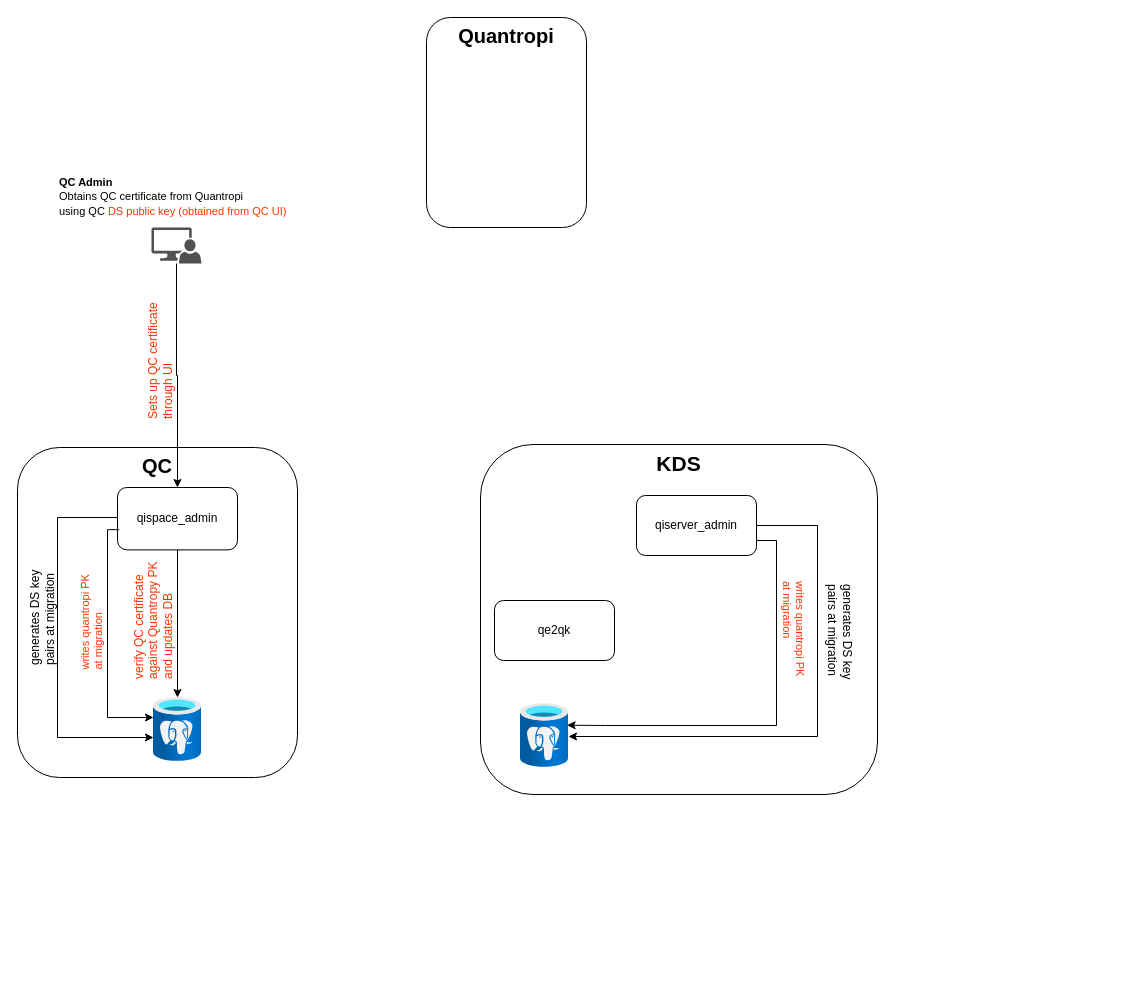
Earlier version of the draw.io diagram Untitled Diagram.drawio (quantropi-minh/certificate-mgmt). Source tidied: cells renumbered, new cells numbered last; positions are measured from the earlier drawing's top-left corner, leaving out a move shared by most shapes. Both pictures are drawn from the tidied source at 100%, with x=0, y=0 at pixel (-13, 17).
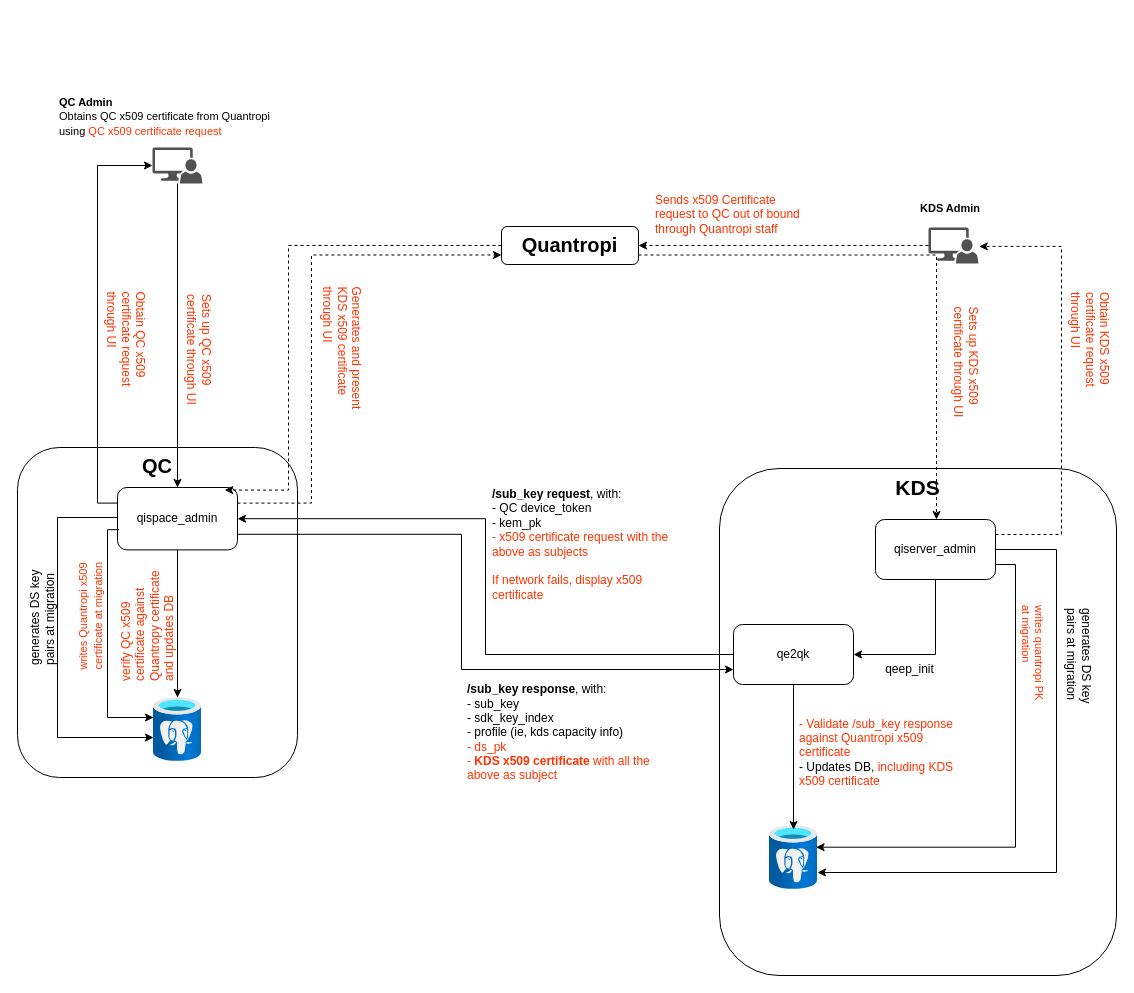
The same page after the edit.

Unchanged cells that the change refers to:
```xml
<mxCell id="2" style="group;" parent="1" vertex="1">
  <mxGeometry x="109" y="326" width="266" height="434" as="geometry" />
</mxCell>
<mxCell id="5" value="qispace_admin" style="rounded=1;whiteSpace=wrap;html=1;" parent="2" vertex="1">
  <mxGeometry x="21" y="144" width="120" height="62.4" as="geometry" />
</mxCell>
<mxCell id="14" value="qiserver_admin" style="rounded=1;whiteSpace=wrap;html=1;" parent="12" vertex="1">
  <mxGeometry x="156" y="51" width="120" height="60" as="geometry" />
</mxCell>
<mxCell id="16" value="qe2qk" style="rounded=1;whiteSpace=wrap;html=1;" parent="12" vertex="1">
  <mxGeometry x="14" y="156" width="120" height="60" as="geometry" />
</mxCell>
```

What changed in the source:
```diff
@@
-    <mxCell id="9" value="Sets up QC certificate through UI" style="text;html=1;align=left;verticalAlign=middle;whiteSpace=wrap;rounded=0;rotation=-90;fontColor=#FF3300;" parent="2" vertex="1">
-      <mxGeometry width="127" height="30" as="geometry" />
+    <mxCell id="9" value="Sets up QC x509 certificate through UI" style="text;html=1;align=left;verticalAlign=middle;whiteSpace=wrap;rounded=0;rotation=90;fontColor=#FF3300;" parent="2" vertex="1">
+      <mxGeometry x="40" y="-3" width="127" height="30" as="geometry" />
     </mxCell>
@@
-    <mxCell id="11" value="verify QC certificate against Quantropy PK and updates DB" style="text;html=1;align=left;verticalAlign=middle;whiteSpace=wrap;rounded=0;rotation=-90;fontColor=#FF3300;" parent="2" vertex="1">
-      <mxGeometry x="-7" y="252" width="127" height="46" as="geometry" />
+    <mxCell id="11" value="verify QC x509 certificate against Quantropy certificate and updates DB" style="text;html=1;align=left;verticalAlign=middle;whiteSpace=wrap;rounded=0;rotation=-90;fontColor=#FF3300;" parent="2" vertex="1">
+      <mxGeometry x="-13" y="254" width="127" height="46" as="geometry" />
     </mxCell>
     <mxCell id="12" style="group;" parent="1" vertex="1">
-      <mxGeometry x="493" y="427" width="397" height="430" as="geometry" />
+      <mxGeometry x="732" y="451" width="397" height="507" as="geometry" />
     </mxCell>
     <mxCell id="13" value="&lt;b&gt;&lt;font style=&quot;font-size: 21px;&quot;&gt;KDS&lt;/font&gt;&lt;/b&gt;" style="rounded=1;whiteSpace=wrap;html=1;align=center;verticalAlign=top;" parent="12" vertex="1">
-      <mxGeometry width="397" height="350" as="geometry" />
+      <mxGeometry width="397" height="507" as="geometry" />
     </mxCell>
+    <mxCell id="26" style="edgeStyle=orthogonalEdgeStyle;rounded=0;jettySize=auto;html=1;exitX=0.5;exitY=1;exitDx=0;exitDy=0;entryX=1;entryY=0.5;entryDx=0;entryDy=0;" parent="12" edge="1" source="14" target="16">
+      <mxGeometry relative="1" as="geometry" />
+    </mxCell>
@@
     <mxCell id="15" style="image;html=1;points=[];align=center;fontSize=12;image=img/lib/azure2/databases/Azure_Database_PostgreSQL_Server.svg;" parent="12" vertex="1">
-      <mxGeometry x="40" y="259" width="48" height="64" as="geometry" />
+      <mxGeometry x="50" y="357" width="48" height="64" as="geometry" />
     </mxCell>
@@
     <mxCell id="17" style="edgeStyle=orthogonalEdgeStyle;rounded=0;jettySize=auto;html=1;exitX=1;exitY=0.5;exitDx=0;exitDy=0;" parent="12" edge="1" source="14" target="15">
       <mxGeometry relative="1" as="geometry">
         <Array as="points">
           <mxPoint x="337" y="81" />
-          <mxPoint x="337" y="292" />
+          <mxPoint x="337" y="404" />
         </Array>
       </mxGeometry>
     </mxCell>
@@
     <mxCell id="19" style="edgeStyle=orthogonalEdgeStyle;rounded=0;jettySize=auto;html=1;exitX=1;exitY=0.75;exitDx=0;exitDy=0;entryX=0.971;entryY=0.339;entryDx=0;entryDy=0;entryPerimeter=0;" parent="12" edge="1" source="14" target="15">
       <mxGeometry relative="1" as="geometry">
         <Array as="points">
           <mxPoint x="296" y="96" />
-          <mxPoint x="296" y="281" />
-          <mxPoint x="125" y="281" />
+          <mxPoint x="296" y="379" />
         </Array>
       </mxGeometry>
     </mxCell>
@@
+    <mxCell id="27" value="qeep_init" style="text;html=1;align=center;verticalAlign=middle;whiteSpace=wrap;rounded=0;rotation=0;" parent="12" vertex="1">
+      <mxGeometry x="154" y="186" width="73" height="30" as="geometry" />
+    </mxCell>
+    <mxCell id="28" style="edgeStyle=orthogonalEdgeStyle;rounded=0;jettySize=auto;html=1;exitX=0.5;exitY=1;exitDx=0;exitDy=0;entryX=0.5;entryY=0.063;entryDx=0;entryDy=0;entryPerimeter=0;" parent="12" edge="1" source="16" target="15">
+      <mxGeometry relative="1" as="geometry" />
+    </mxCell>
+    <mxCell id="29" value="&lt;div&gt;&lt;font color=&quot;#ff3300&quot;&gt;&lt;span style=&quot;background-color: initial;&quot;&gt;- Validate /sub_key response against Quantropi x509 certificate&lt;/span&gt;&lt;br&gt;&lt;/font&gt;&lt;/div&gt;&lt;div&gt;&lt;span style=&quot;background-color: initial;&quot;&gt;- Updates DB, &lt;font color=&quot;#ff3300&quot;&gt;including KDS x509 certificate&lt;/font&gt;&lt;/span&gt;&lt;/div&gt;" style="text;html=1;align=left;verticalAlign=middle;whiteSpace=wrap;rounded=0;rotation=0;" parent="12" vertex="1">
+      <mxGeometry x="78" y="250" width="169" height="67" as="geometry" />
+    </mxCell>
     <mxCell id="21" value="&lt;b&gt;&lt;font style=&quot;font-size: 20px;&quot;&gt;Quantropi&lt;/font&gt;&lt;/b&gt;" style="rounded=1;whiteSpace=wrap;html=1;align=center;verticalAlign=top;" parent="1" vertex="1">
-      <mxGeometry x="439" width="160" height="210" as="geometry" />
+      <mxGeometry x="514" y="209" width="137" height="38" as="geometry" />
     </mxCell>
@@
-    <mxCell id="23" value="&lt;span style=&quot;font-size: 11px; text-wrap: nowrap; background-color: rgb(255, 255, 255);&quot;&gt;&lt;b&gt;QC Admin&lt;/b&gt;&lt;/span&gt;&lt;div style=&quot;&quot;&gt;&lt;span style=&quot;font-size: 11px; text-wrap: nowrap; background-color: rgb(255, 255, 255);&quot;&gt;Obtains QC certificate from Quantropi&lt;/span&gt;&lt;/div&gt;&lt;div style=&quot;&quot;&gt;&lt;span style=&quot;font-size: 11px; text-wrap: nowrap; background-color: rgb(255, 255, 255);&quot;&gt;using QC &lt;font color=&quot;#ff3300&quot;&gt;DS public key (obtained from QC UI)&lt;/font&gt;&lt;/span&gt;&lt;/div&gt;" style="text;html=1;align=left;verticalAlign=middle;whiteSpace=wrap;rounded=0;rotation=0;" parent="1" vertex="1">
-      <mxGeometry x="70" y="153" width="238" height="51" as="geometry" />
+    <mxCell id="23" value="&lt;span style=&quot;font-size: 11px; text-wrap: nowrap; background-color: rgb(255, 255, 255);&quot;&gt;&lt;b&gt;QC Admin&lt;/b&gt;&lt;/span&gt;&lt;div style=&quot;&quot;&gt;&lt;span style=&quot;font-size: 11px; text-wrap: nowrap; background-color: rgb(255, 255, 255);&quot;&gt;Obtains QC x509 certificate from Quantropi&lt;/span&gt;&lt;/div&gt;&lt;div style=&quot;&quot;&gt;&lt;span style=&quot;font-size: 11px; text-wrap: nowrap; background-color: rgb(255, 255, 255);&quot;&gt;using &lt;font color=&quot;#ff3300&quot;&gt;QC x509 certificate request&lt;/font&gt;&lt;/span&gt;&lt;/div&gt;" style="text;html=1;align=left;verticalAlign=middle;whiteSpace=wrap;rounded=0;rotation=0;" parent="1" vertex="1">
+      <mxGeometry x="70" y="73" width="221" height="51" as="geometry" />
     </mxCell>
     <mxCell id="24" style="sketch=0;shadow=0;dashed=0;html=1;strokeColor=none;labelPosition=center;verticalLabelPosition=bottom;verticalAlign=top;align=center;fillColor=#515151;shape=mxgraph.mscae.system_center.admin_console;" parent="1" vertex="1">
-      <mxGeometry x="164" y="210" width="50" height="36" as="geometry" />
+      <mxGeometry x="165" y="130" width="50" height="36" as="geometry" />
     </mxCell>
-    <mxCell id="25" value="&lt;span style=&quot;font-size: 11px; text-wrap: nowrap; background-color: rgb(255, 255, 255);&quot;&gt;writes quantropi PK&lt;/span&gt;&lt;div style=&quot;font-size: 11px; text-wrap: nowrap;&quot;&gt;at migration&lt;/div&gt;" style="text;html=1;align=left;verticalAlign=middle;whiteSpace=wrap;rounded=0;rotation=-90;fontColor=#FF3300;" parent="1" vertex="1">
-      <mxGeometry x="49.5" y="586" width="107" height="30" as="geometry" />
+    <mxCell id="25" value="&lt;span style=&quot;font-size: 11px; text-wrap: nowrap; background-color: rgb(255, 255, 255);&quot;&gt;writes Quantropi x509&amp;nbsp;&lt;/span&gt;&lt;div&gt;&lt;span style=&quot;font-size: 11px; text-wrap: nowrap; background-color: rgb(255, 255, 255);&quot;&gt;certificate at migration&lt;/span&gt;&lt;/div&gt;" style="text;html=1;align=left;verticalAlign=middle;whiteSpace=wrap;rounded=0;rotation=-90;fontColor=#FF3300;" parent="1" vertex="1">
+      <mxGeometry x="42.2" y="578.8" width="121.5" height="30" as="geometry" />
     </mxCell>
+    <mxCell id="30" style="edgeStyle=orthogonalEdgeStyle;rounded=0;jettySize=auto;html=1;exitX=0;exitY=0.5;exitDx=0;exitDy=0;entryX=1;entryY=0.5;entryDx=0;entryDy=0;" parent="1" edge="1" source="16" target="5">
+      <mxGeometry relative="1" as="geometry" />
+    </mxCell>
+    <mxCell id="31" value="&lt;b&gt;/sub_key request&lt;/b&gt;, with:&lt;div&gt;- QC device_token&lt;br&gt;&lt;div&gt;- kem_pk&lt;/div&gt;&lt;div&gt;&lt;font color=&quot;#ff3300&quot;&gt;- x509 certificate request with the above as subjects&lt;/font&gt;&lt;/div&gt;&lt;/div&gt;&lt;div&gt;&lt;font color=&quot;#ff3300&quot;&gt;&lt;br&gt;&lt;/font&gt;&lt;/div&gt;&lt;div&gt;&lt;font color=&quot;#ff3300&quot;&gt;If network fails, display x509 certificate&amp;nbsp;&lt;/font&gt;&lt;/div&gt;" style="text;html=1;align=left;verticalAlign=middle;whiteSpace=wrap;rounded=0;rotation=0;" parent="1" vertex="1">
+      <mxGeometry x="503" y="451" width="202" height="152" as="geometry" />
+    </mxCell>
+    <mxCell id="32" style="edgeStyle=orthogonalEdgeStyle;rounded=0;jettySize=auto;html=1;exitX=1;exitY=0.75;exitDx=0;exitDy=0;entryX=0;entryY=0.75;entryDx=0;entryDy=0;" parent="1" edge="1" source="5" target="16">
+      <mxGeometry relative="1" as="geometry">
+        <Array as="points">
+          <mxPoint x="474" y="517" />
+          <mxPoint x="474" y="652" />
+        </Array>
+      </mxGeometry>
+    </mxCell>
+    <mxCell id="33" value="&lt;b&gt;/sub_key response&lt;/b&gt;, with:&lt;br&gt;&lt;span style=&quot;background-color: initial;&quot;&gt;- sub_key&lt;/span&gt;&lt;br&gt;&lt;span style=&quot;background-color: initial;&quot;&gt;- sdk_key_index&lt;/span&gt;&lt;br&gt;&lt;span style=&quot;background-color: initial;&quot;&gt;-&amp;nbsp;profile (ie, kds capacity info)&lt;/span&gt;&lt;br&gt;&lt;div&gt;&lt;font color=&quot;#ff3300&quot;&gt;- ds_pk&lt;/font&gt;&lt;/div&gt;&lt;div&gt;&lt;font color=&quot;#ff3300&quot;&gt;- &lt;b&gt;KDS x509 certificate&lt;/b&gt; with all the above as subject&lt;/font&gt;&lt;/div&gt;" style="text;html=1;align=left;verticalAlign=middle;whiteSpace=wrap;rounded=0;rotation=0;" parent="1" vertex="1">
+      <mxGeometry x="478" y="661" width="193" height="108" as="geometry" />
+    </mxCell>
+    <mxCell id="34" style="edgeStyle=orthogonalEdgeStyle;rounded=0;jettySize=auto;html=1;exitX=0;exitY=0.25;exitDx=0;exitDy=0;entryX=0;entryY=0.5;entryDx=0;entryDy=0;entryPerimeter=0;" parent="1" edge="1" source="5" target="24">
+      <mxGeometry relative="1" as="geometry">
+        <Array as="points">
+          <mxPoint x="110" y="486" />
+          <mxPoint x="110" y="148" />
+        </Array>
+      </mxGeometry>
+    </mxCell>
+    <mxCell id="35" value="Obtain QC x509 certificate request through UI" style="text;html=1;align=left;verticalAlign=middle;whiteSpace=wrap;rounded=0;rotation=90;fontColor=#FF3300;" parent="1" vertex="1">
+      <mxGeometry x="75.5" y="311.5" width="127" height="49" as="geometry" />
+    </mxCell>
+    <mxCell id="36" value="&lt;span style=&quot;font-size: 11px; text-wrap: nowrap; background-color: rgb(255, 255, 255);&quot;&gt;&lt;b&gt;KDS Admin&lt;/b&gt;&lt;/span&gt;" style="text;html=1;align=left;verticalAlign=middle;whiteSpace=wrap;rounded=0;rotation=0;" parent="1" vertex="1">
+      <mxGeometry x="931" y="177" width="70" height="27" as="geometry" />
+    </mxCell>
+    <mxCell id="37" style="sketch=0;shadow=0;dashed=0;html=1;strokeColor=none;labelPosition=center;verticalLabelPosition=bottom;verticalAlign=top;align=center;fillColor=#515151;shape=mxgraph.mscae.system_center.admin_console;" parent="1" vertex="1">
+      <mxGeometry x="941" y="210" width="50" height="36" as="geometry" />
+    </mxCell>
+    <mxCell id="38" style="edgeStyle=orthogonalEdgeStyle;rounded=0;jettySize=auto;html=1;exitX=1;exitY=0.25;exitDx=0;exitDy=0;entryX=1.015;entryY=0.525;entryDx=0;entryDy=0;entryPerimeter=0;dashed=1;" parent="1" edge="1" source="14" target="37">
+      <mxGeometry relative="1" as="geometry">
+        <Array as="points">
+          <mxPoint x="1074" y="517" />
+          <mxPoint x="1074" y="229" />
+        </Array>
+      </mxGeometry>
+    </mxCell>
+    <mxCell id="39" value="Obtain KDS x509 certificate request through UI" style="text;html=1;align=left;verticalAlign=middle;whiteSpace=wrap;rounded=0;rotation=90;fontColor=#FF3300;" parent="1" vertex="1">
+      <mxGeometry x="1040" y="311.5" width="127" height="49" as="geometry" />
+    </mxCell>
+    <mxCell id="40" style="edgeStyle=orthogonalEdgeStyle;rounded=0;jettySize=auto;html=1;exitX=0;exitY=0.5;exitDx=0;exitDy=0;entryX=1;entryY=0.5;entryDx=0;entryDy=0;exitPerimeter=0;dashed=1;" parent="1" edge="1" source="37" target="21">
+      <mxGeometry relative="1" as="geometry">
+        <Array as="points">
+          <mxPoint x="654" y="228" />
+        </Array>
+      </mxGeometry>
+    </mxCell>
+    <mxCell id="41" value="Sends x509 Certificate request to QC out of bound through Quantropi staff" style="text;html=1;align=left;verticalAlign=middle;whiteSpace=wrap;rounded=0;rotation=0;fontColor=#FF3300;" parent="1" vertex="1">
+      <mxGeometry x="666" y="172" width="164" height="49" as="geometry" />
+    </mxCell>
+    <mxCell id="42" style="edgeStyle=orthogonalEdgeStyle;rounded=0;jettySize=auto;html=1;exitX=0;exitY=0.5;exitDx=0;exitDy=0;entryX=0.893;entryY=0.041;entryDx=0;entryDy=0;entryPerimeter=0;dashed=1;" parent="1" edge="1" source="21" target="5">
+      <mxGeometry relative="1" as="geometry">
+        <Array as="points">
+          <mxPoint x="301" y="228" />
+          <mxPoint x="301" y="473" />
+        </Array>
+      </mxGeometry>
+    </mxCell>
+    <mxCell id="43" style="edgeStyle=orthogonalEdgeStyle;rounded=0;jettySize=auto;html=1;entryX=0;entryY=0.75;entryDx=0;entryDy=0;dashed=1;exitX=1;exitY=0.25;exitDx=0;exitDy=0;" parent="1" edge="1" source="5" target="21">
+      <mxGeometry relative="1" as="geometry">
+        <Array as="points">
+          <mxPoint x="324" y="486" />
+          <mxPoint x="324" y="238" />
+        </Array>
+      </mxGeometry>
+    </mxCell>
+    <mxCell id="44" style="edgeStyle=orthogonalEdgeStyle;rounded=0;jettySize=auto;html=1;dashed=1;exitX=1;exitY=0.75;exitDx=0;exitDy=0;" parent="1" edge="1" source="21" target="14">
+      <mxGeometry relative="1" as="geometry">
+        <Array as="points">
+          <mxPoint x="949" y="238" />
+        </Array>
+      </mxGeometry>
+    </mxCell>
+    <mxCell id="45" value="Sets up KDS x509 certificate through UI" style="text;html=1;align=left;verticalAlign=middle;whiteSpace=wrap;rounded=0;rotation=90;fontColor=#FF3300;" parent="1" vertex="1">
+      <mxGeometry x="915" y="326" width="127" height="49" as="geometry" />
+    </mxCell>
+    <mxCell id="46" value="Generates and present KDS x509 certificate through UI" style="text;html=1;align=left;verticalAlign=middle;whiteSpace=wrap;rounded=0;rotation=90;fontColor=#FF3300;" parent="1" vertex="1">
+      <mxGeometry x="291" y="306" width="127" height="49" as="geometry" />
+    </mxCell>
```
